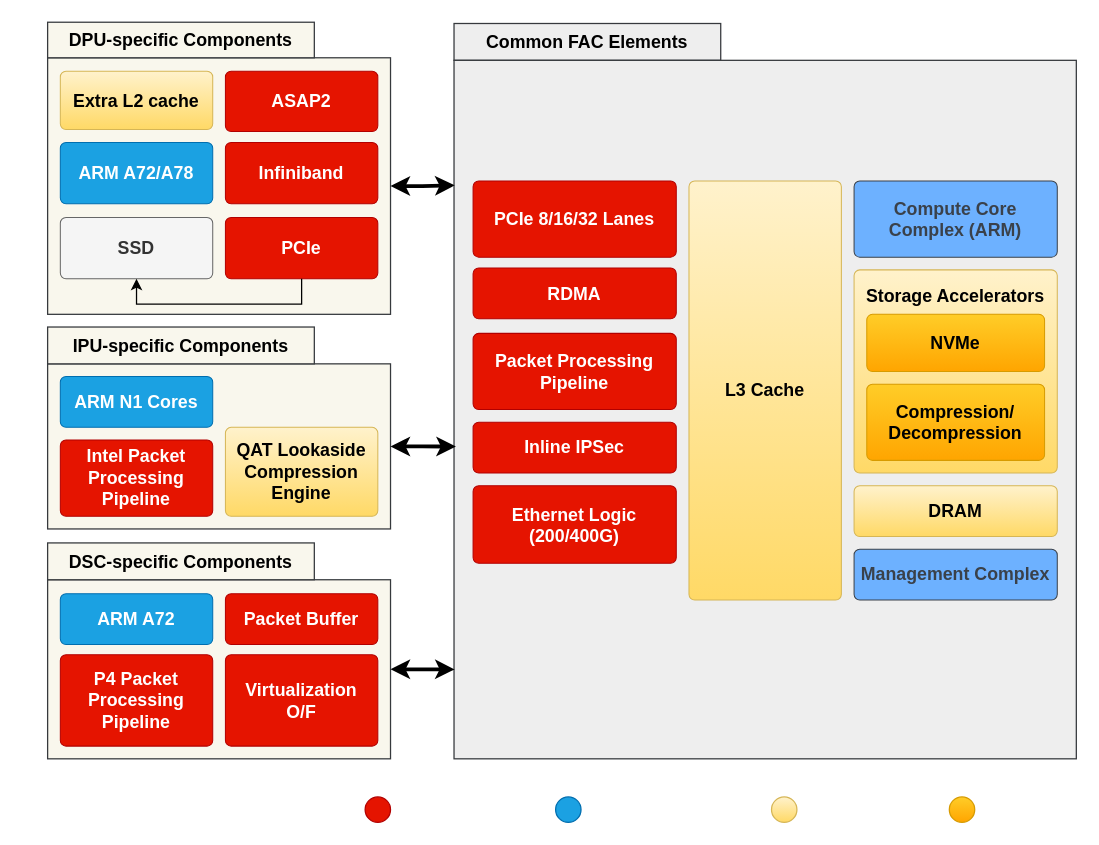
Earlier version of the draw.io diagram FAC_Architectures.drawio (purduecyan/media). Source tidied: cells renumbered, new cells numbered last; positions are measured from the earlier drawing's top-left corner, leaving out a move shared by most shapes. Both pictures are drawn from the tidied source at 127%, with x=0, y=0 at pixel (22, 22).
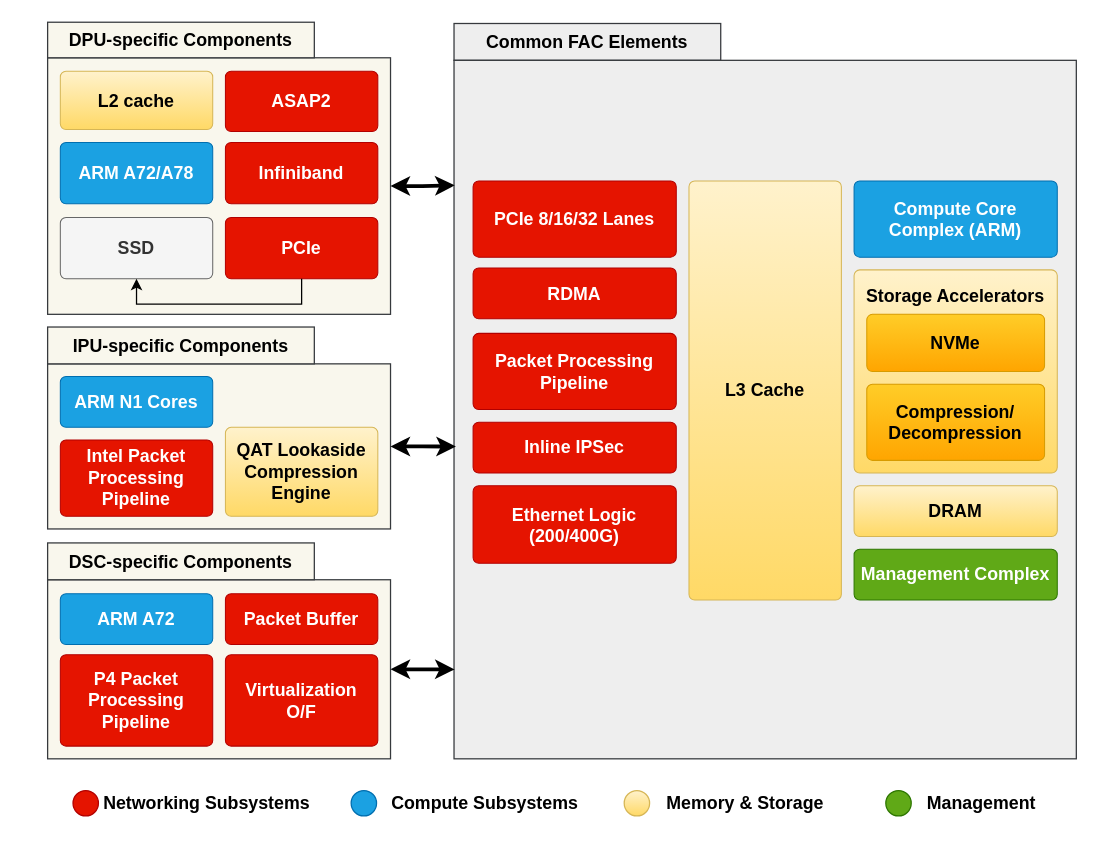
Above is the later version.

The change refers to these unchanged cells:
```xml
<mxCell id="23" style="group;" parent="22" vertex="1">
  <mxGeometry x="20" y="-62" width="270" height="202" as="geometry" />
</mxCell>
<mxCell id="34" style="group;" parent="33" vertex="1">
  <mxGeometry width="490" height="580" as="geometry" />
</mxCell>
```

What changed in the source:
```diff
@@
-    <mxCell id="2" style="ellipse;whiteSpace=wrap;html=1;fillColor=#e51400;fontColor=#ffffff;strokeColor=#B20000;" parent="1" vertex="1">
-      <mxGeometry x="270" y="610" width="20" height="20" as="geometry" />
-    </mxCell>
-    <mxCell id="3" style="ellipse;whiteSpace=wrap;html=1;fillColor=#1ba1e2;fontColor=#ffffff;strokeColor=#006EAF;" parent="1" vertex="1">
-      <mxGeometry x="420" y="610" width="20" height="20" as="geometry" />
-    </mxCell>
-    <mxCell id="4" style="ellipse;whiteSpace=wrap;html=1;fillColor=#fff2cc;gradientColor=#ffd966;strokeColor=#d6b656;" parent="1" vertex="1">
-      <mxGeometry x="590" y="610" width="20" height="20" as="geometry" />
-    </mxCell>
-    <mxCell id="5" style="ellipse;whiteSpace=wrap;html=1;fillColor=#ffcd28;gradientColor=#ffa500;strokeColor=#d79b00;" parent="1" vertex="1">
-      <mxGeometry x="730" y="610" width="20" height="20" as="geometry" />
-    </mxCell>
@@
-    <mxCell id="25" value="&lt;font style=&quot;font-size: 14px;&quot;&gt;&lt;b&gt;Extra L2 cache&lt;/b&gt;&lt;/font&gt;" style="html=1;overflow=block;blockSpacing=1;whiteSpace=wrap;fontSize=16.7;spacing=3.8;strokeColor=#d6b656;strokeOpacity=100;fillOpacity=100;rounded=1;absoluteArcSize=1;arcSize=9;fillColor=#fff2cc;strokeWidth=0.8;lucidId=Pf7KRGZFpsQQ;gradientColor=#ffd966;" parent="23" vertex="1">
+    <mxCell id="25" value="&lt;font style=&quot;font-size: 14px;&quot;&gt;&lt;b&gt;L2 cache&lt;/b&gt;&lt;/font&gt;" style="html=1;overflow=block;blockSpacing=1;whiteSpace=wrap;fontSize=16.7;spacing=3.8;strokeColor=#d6b656;strokeOpacity=100;fillOpacity=100;rounded=1;absoluteArcSize=1;arcSize=9;fillColor=#fff2cc;strokeWidth=0.8;lucidId=Pf7KRGZFpsQQ;gradientColor=#ffd966;" parent="23" vertex="1">
       <mxGeometry x="10" y="10.6" width="120" height="45.9" as="geometry" />
     </mxCell>
@@
-    <mxCell id="44" value="Compute Core Complex (ARM)" style="html=1;overflow=block;blockSpacing=1;whiteSpace=wrap;fontSize=14;fontColor=#3a414a;spacing=3.8;strokeColor=#3a414a;strokeOpacity=100;fillOpacity=100;rounded=1;absoluteArcSize=1;arcSize=9;fillColor=#6db1ff;strokeWidth=0.8;lucidId=Ca7KuzQSQbgJ;fontStyle=1;" parent="34" vertex="1">
+    <mxCell id="44" value="Compute Core Complex (ARM)" style="html=1;overflow=block;blockSpacing=1;whiteSpace=wrap;fontSize=14;fontColor=#ffffff;spacing=3.8;strokeColor=#006EAF;strokeOpacity=100;fillOpacity=100;rounded=1;absoluteArcSize=1;arcSize=9;fillColor=#1ba1e2;strokeWidth=0.8;lucidId=Ca7KuzQSQbgJ;fontStyle=1;" parent="34" vertex="1">
       <mxGeometry x="315" y="125" width="160" height="60" as="geometry" />
     </mxCell>
@@
-    <mxCell id="49" value="Management Complex" style="html=1;overflow=block;blockSpacing=1;whiteSpace=wrap;fontSize=14;fontColor=#3a414a;spacing=3.8;strokeColor=#3a414a;strokeOpacity=100;fillOpacity=100;rounded=1;absoluteArcSize=1;arcSize=9;fillColor=#6db1ff;strokeWidth=0.8;lucidId=Fb7Kvabg3F.T;fontStyle=1;" parent="34" vertex="1">
+    <mxCell id="49" value="Management Complex" style="html=1;overflow=block;blockSpacing=1;whiteSpace=wrap;fontSize=14;fontColor=#ffffff;spacing=3.8;strokeColor=#2D7600;strokeOpacity=100;fillOpacity=100;rounded=1;absoluteArcSize=1;arcSize=9;fillColor=#60a917;strokeWidth=0.8;lucidId=Fb7Kvabg3F.T;fontStyle=1;" parent="34" vertex="1">
       <mxGeometry x="315" y="415" width="160" height="40" as="geometry" />
     </mxCell>
@@
+    <mxCell id="53" style="group;" parent="1" vertex="1">
+      <mxGeometry x="680" y="600" width="130" height="30" as="geometry" />
+    </mxCell>
+    <mxCell id="5" style="ellipse;whiteSpace=wrap;html=1;fillColor=#60a917;strokeColor=#2D7600;fontColor=#ffffff;" parent="53" vertex="1">
+      <mxGeometry y="5" width="20" height="20" as="geometry" />
+    </mxCell>
+    <mxCell id="54" value="&lt;b&gt;&lt;font style=&quot;font-size: 14px;&quot;&gt;Management&lt;/font&gt;&lt;/b&gt;" style="text;html=1;align=center;verticalAlign=middle;strokeColor=none;fillColor=none;" parent="53" vertex="1">
+      <mxGeometry x="20" width="110" height="30" as="geometry" />
+    </mxCell>
+    <mxCell id="55" style="group;" parent="1" vertex="1">
+      <mxGeometry x="474" y="600" width="170" height="30" as="geometry" />
+    </mxCell>
+    <mxCell id="4" style="ellipse;whiteSpace=wrap;html=1;fillColor=#fff2cc;gradientColor=#ffd966;strokeColor=#d6b656;" parent="55" vertex="1">
+      <mxGeometry y="5" width="20" height="20" as="geometry" />
+    </mxCell>
+    <mxCell id="56" value="&lt;b style=&quot;font-size: 14px;&quot;&gt;Memory &amp;amp; Storage&lt;br&gt;&lt;/b&gt;" style="text;html=1;align=center;verticalAlign=middle;strokeColor=none;fillColor=none;" parent="55" vertex="1">
+      <mxGeometry x="20" width="150" height="30" as="geometry" />
+    </mxCell>
+    <mxCell id="57" style="group;" parent="1" vertex="1">
+      <mxGeometry x="259" y="600" width="190" height="30" as="geometry" />
+    </mxCell>
+    <mxCell id="3" style="ellipse;whiteSpace=wrap;html=1;fillColor=#1ba1e2;fontColor=#ffffff;strokeColor=#006EAF;" parent="57" vertex="1">
+      <mxGeometry y="5" width="20" height="20" as="geometry" />
+    </mxCell>
+    <mxCell id="58" value="&lt;b style=&quot;font-size: 14px;&quot;&gt;Compute Subsystems&lt;br&gt;&lt;/b&gt;" style="text;html=1;align=center;verticalAlign=middle;strokeColor=none;fillColor=none;" parent="57" vertex="1">
+      <mxGeometry x="20" width="170" height="30" as="geometry" />
+    </mxCell>
+    <mxCell id="59" style="group;" parent="1" vertex="1">
+      <mxGeometry x="40" y="600" width="200" height="30" as="geometry" />
+    </mxCell>
+    <mxCell id="2" style="ellipse;whiteSpace=wrap;html=1;fillColor=#e51400;fontColor=#ffffff;strokeColor=#B20000;" parent="59" vertex="1">
+      <mxGeometry y="5" width="20" height="20" as="geometry" />
+    </mxCell>
+    <mxCell id="60" value="&lt;b&gt;&lt;font style=&quot;font-size: 14px;&quot;&gt;Networking Subsystems&lt;br&gt;&lt;/font&gt;&lt;/b&gt;" style="text;html=1;align=center;verticalAlign=middle;strokeColor=none;fillColor=none;" parent="59" vertex="1">
+      <mxGeometry x="10" width="190" height="30" as="geometry" />
+    </mxCell>
```
